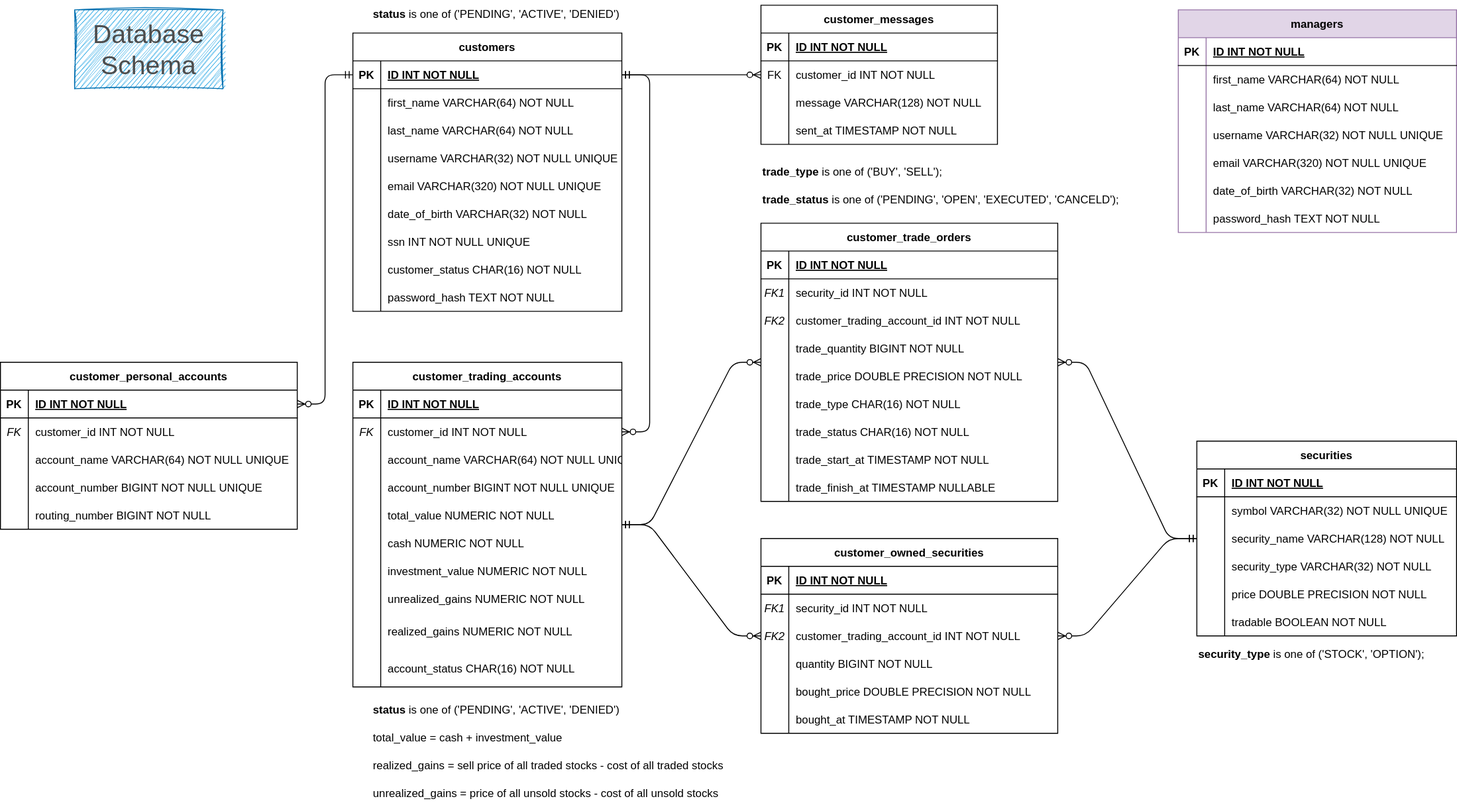
Before: docs/DBSchema.svg, a diagram exported from draw.io (jwz16/cs611-stocktrade). Source tidied: cells renumbered, new cells last; positions are measured from the earlier drawing's top-left corner, leaving out a move shared by most shapes.
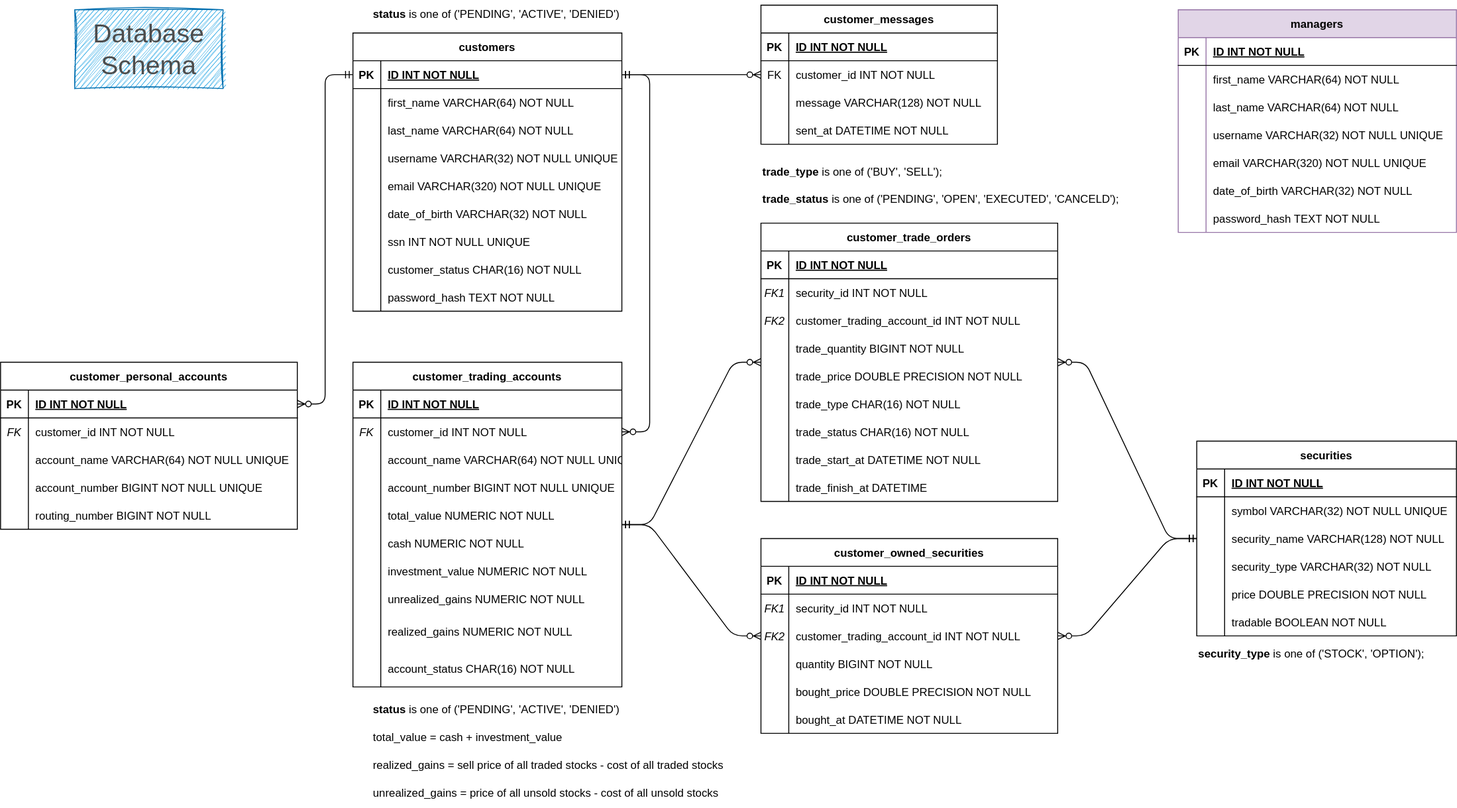
After the commit.

The edit, as a diff of the source:
```diff
@@ -290,7 +290,7 @@
     <mxCell id="97" style="shape=partialRectangle;fillColor=none;top=0;left=0;bottom=0;right=0;overflow=hidden;sketch=0;" parent="96" vertex="1">
       <mxGeometry width="30" height="30" as="geometry" />
     </mxCell>
-    <mxCell id="98" value="bought_at TIMESTAMP NOT NULL" style="shape=partialRectangle;fillColor=none;top=0;left=0;bottom=0;right=0;align=left;spacingLeft=6;overflow=hidden;sketch=0;" parent="96" vertex="1">
+    <mxCell id="98" value="bought_at DATETIME NOT NULL" style="shape=partialRectangle;fillColor=none;top=0;left=0;bottom=0;right=0;align=left;spacingLeft=6;overflow=hidden;sketch=0;" parent="96" vertex="1">
       <mxGeometry x="30" width="290" height="30" as="geometry" />
     </mxCell>
     <mxCell id="99" value="customer_personal_accounts" style="shape=table;startSize=30;rowLines=0;fontStyle=1;align=center;sketch=0;" parent="1" vertex="1">
@@ -413,7 +413,7 @@
     <mxCell id="138" style="shape=partialRectangle;fillColor=none;top=0;left=0;bottom=0;right=0;overflow=hidden;sketch=0;" parent="137" vertex="1">
       <mxGeometry width="30" height="30" as="geometry" />
     </mxCell>
-    <mxCell id="139" value="trade_start_at TIMESTAMP NOT NULL" style="shape=partialRectangle;fillColor=none;top=0;left=0;bottom=0;right=0;align=left;spacingLeft=6;overflow=hidden;sketch=0;" parent="137" vertex="1">
+    <mxCell id="139" value="trade_start_at DATETIME NOT NULL" style="shape=partialRectangle;fillColor=none;top=0;left=0;bottom=0;right=0;align=left;spacingLeft=6;overflow=hidden;sketch=0;" parent="137" vertex="1">
       <mxGeometry x="30" width="290" height="30" as="geometry" />
     </mxCell>
     <mxCell id="140" style="shape=tableRow;horizontal=0;startSize=0;swimlaneHead=0;swimlaneBody=0;fillColor=none;top=0;left=0;right=0;bottom=0;sketch=0;" parent="115" vertex="1">
@@ -422,7 +422,7 @@
     <mxCell id="141" style="shape=partialRectangle;fillColor=none;top=0;left=0;bottom=0;right=0;overflow=hidden;sketch=0;" parent="140" vertex="1">
       <mxGeometry width="30" height="30" as="geometry" />
     </mxCell>
-    <mxCell id="142" value="trade_finish_at TIMESTAMP NULLABLE" style="shape=partialRectangle;fillColor=none;top=0;left=0;bottom=0;right=0;align=left;spacingLeft=6;overflow=hidden;sketch=0;" parent="140" vertex="1">
+    <mxCell id="142" value="trade_finish_at DATETIME" style="shape=partialRectangle;fillColor=none;top=0;left=0;bottom=0;right=0;align=left;spacingLeft=6;overflow=hidden;sketch=0;" parent="140" vertex="1">
       <mxGeometry x="30" width="290" height="30" as="geometry" />
     </mxCell>
     <mxCell id="143" value="&lt;b&gt;trade_status&amp;nbsp;&lt;/b&gt;is one of ('PENDING', 'OPEN', 'EXECUTED', 'CANCELD');" style="text;html=1;align=left;verticalAlign=middle;strokeColor=none;fillColor=none;" parent="1" vertex="1">
@@ -503,7 +503,7 @@
     <mxCell id="168" style="shape=partialRectangle;fillColor=none;top=0;left=0;bottom=0;right=0;overflow=hidden;sketch=0;" parent="167" vertex="1">
       <mxGeometry width="30" height="30" as="geometry" />
     </mxCell>
-    <mxCell id="169" value="sent_at TIMESTAMP NOT NULL" style="shape=partialRectangle;fillColor=none;top=0;left=0;bottom=0;right=0;align=left;spacingLeft=6;overflow=hidden;sketch=0;" parent="167" vertex="1">
+    <mxCell id="169" value="sent_at DATETIME NOT NULL" style="shape=partialRectangle;fillColor=none;top=0;left=0;bottom=0;right=0;align=left;spacingLeft=6;overflow=hidden;sketch=0;" parent="167" vertex="1">
       <mxGeometry x="30" width="225" height="30" as="geometry" />
     </mxCell>
     <mxCell id="170" style="edgeStyle=entityRelationEdgeStyle;fontSize=12;html=1;endArrow=ERzeroToMany;startArrow=ERmandOne;" parent="1" edge="1" source="3" target="157">
```
